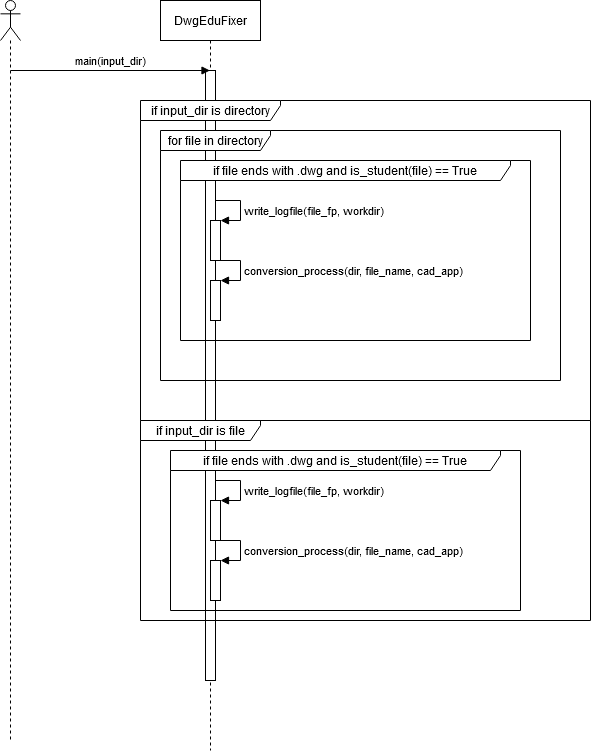
The draw.io diagram python_source/DwgEduFixer/doc/user_dwgedufix_sequence.png in JKCHacking/PTCC_SCRIPTS, before a commit. Source tidied: cells renumbered, new cells last; positions are measured from the earlier drawing's top-left corner, leaving out a move shared by most shapes. Source of this version:
```xml
<mxGraphModel background="#ffffff">
  <root>
    <mxCell id="0" />
    <mxCell id="1" parent="0" />
    <mxCell id="2" style="shape=umlLifeline;participant=umlActor;perimeter=lifelinePerimeter;whiteSpace=wrap;html=1;verticalAlign=top;spacingTop=36;labelBackgroundColor=#ffffff;" parent="1" vertex="1">
      <mxGeometry width="20" height="740" as="geometry" />
    </mxCell>
    <mxCell id="3" value="&lt;div&gt;DwgEduFixer&lt;/div&gt;" style="shape=umlLifeline;perimeter=lifelinePerimeter;whiteSpace=wrap;html=1;outlineConnect=0;" parent="1" vertex="1">
      <mxGeometry x="160" width="100" height="750" as="geometry" />
    </mxCell>
    <mxCell id="4" style="html=1;perimeter=orthogonalPerimeter;" parent="3" vertex="1">
      <mxGeometry x="45" y="70" width="10" height="610" as="geometry" />
    </mxCell>
    <mxCell id="5" value="main(input_dir)" style="html=1;verticalAlign=bottom;endArrow=block;" parent="1" edge="1" target="3">
      <mxGeometry relative="1" as="geometry">
        <mxPoint x="10" y="70" as="sourcePoint" />
      </mxGeometry>
    </mxCell>
    <mxCell id="6" value="if input_dir is directory" style="shape=umlFrame;whiteSpace=wrap;html=1;width=140;height=20;" parent="1" vertex="1">
      <mxGeometry x="140" y="100" width="450" height="320" as="geometry" />
    </mxCell>
    <mxCell id="7" value="for file in directory" style="shape=umlFrame;whiteSpace=wrap;html=1;width=110;height=20;" parent="1" vertex="1">
      <mxGeometry x="160" y="130" width="400" height="250" as="geometry" />
    </mxCell>
    <mxCell id="8" value="if input_dir is file" style="shape=umlFrame;whiteSpace=wrap;html=1;width=120;height=20;" parent="1" vertex="1">
      <mxGeometry x="140" y="420" width="450" height="200" as="geometry" />
    </mxCell>
    <mxCell id="9" value="if file ends with .dwg and is_student(file) == True" style="shape=umlFrame;whiteSpace=wrap;html=1;width=330;height=20;" parent="1" vertex="1">
      <mxGeometry x="180" y="160" width="350" height="180" as="geometry" />
    </mxCell>
    <mxCell id="10" style="html=1;points=[];perimeter=orthogonalPerimeter;" parent="1" vertex="1">
      <mxGeometry x="210" y="220" width="10" height="40" as="geometry" />
    </mxCell>
    <mxCell id="11" value="write_logfile(file_fp, workdir)" style="edgeStyle=orthogonalEdgeStyle;html=1;align=left;spacingLeft=2;endArrow=block;rounded=0;entryX=1;entryY=0;" parent="1" edge="1" target="10">
      <mxGeometry x="0.08" relative="1" as="geometry">
        <mxPoint x="215" y="200" as="sourcePoint" />
        <Array as="points">
          <mxPoint x="240" y="200" />
        </Array>
      </mxGeometry>
    </mxCell>
    <mxCell id="12" style="html=1;points=[];perimeter=orthogonalPerimeter;" parent="1" vertex="1">
      <mxGeometry x="210" y="280" width="10" height="40" as="geometry" />
    </mxCell>
    <mxCell id="13" value="conversion_process(dir, file_name, cad_app)" style="edgeStyle=orthogonalEdgeStyle;html=1;align=left;spacingLeft=2;endArrow=block;rounded=0;entryX=1;entryY=0;" parent="1" edge="1" target="12">
      <mxGeometry x="0.08" relative="1" as="geometry">
        <mxPoint x="215" y="260" as="sourcePoint" />
        <Array as="points">
          <mxPoint x="240" y="260" />
        </Array>
      </mxGeometry>
    </mxCell>
    <mxCell id="14" value="if file ends with .dwg and is_student(file) == True" style="shape=umlFrame;whiteSpace=wrap;html=1;width=330;height=20;" parent="1" vertex="1">
      <mxGeometry x="170" y="450" width="350" height="160" as="geometry" />
    </mxCell>
    <mxCell id="15" style="html=1;points=[];perimeter=orthogonalPerimeter;" parent="1" vertex="1">
      <mxGeometry x="210" y="500" width="10" height="40" as="geometry" />
    </mxCell>
    <mxCell id="16" value="write_logfile(file_fp, workdir)" style="edgeStyle=orthogonalEdgeStyle;html=1;align=left;spacingLeft=2;endArrow=block;rounded=0;entryX=1;entryY=0;" parent="1" edge="1" target="15">
      <mxGeometry x="0.08" relative="1" as="geometry">
        <mxPoint x="215" y="480" as="sourcePoint" />
        <Array as="points">
          <mxPoint x="240" y="480" />
        </Array>
      </mxGeometry>
    </mxCell>
    <mxCell id="17" style="html=1;points=[];perimeter=orthogonalPerimeter;" parent="1" vertex="1">
      <mxGeometry x="210" y="560" width="10" height="40" as="geometry" />
    </mxCell>
    <mxCell id="18" value="conversion_process(dir, file_name, cad_app)" style="edgeStyle=orthogonalEdgeStyle;html=1;align=left;spacingLeft=2;endArrow=block;rounded=0;entryX=1;entryY=0;" parent="1" edge="1" target="17">
      <mxGeometry x="0.08" relative="1" as="geometry">
        <mxPoint x="215" y="540" as="sourcePoint" />
        <Array as="points">
          <mxPoint x="240" y="540" />
        </Array>
      </mxGeometry>
    </mxCell>
  </root>
</mxGraphModel>
```
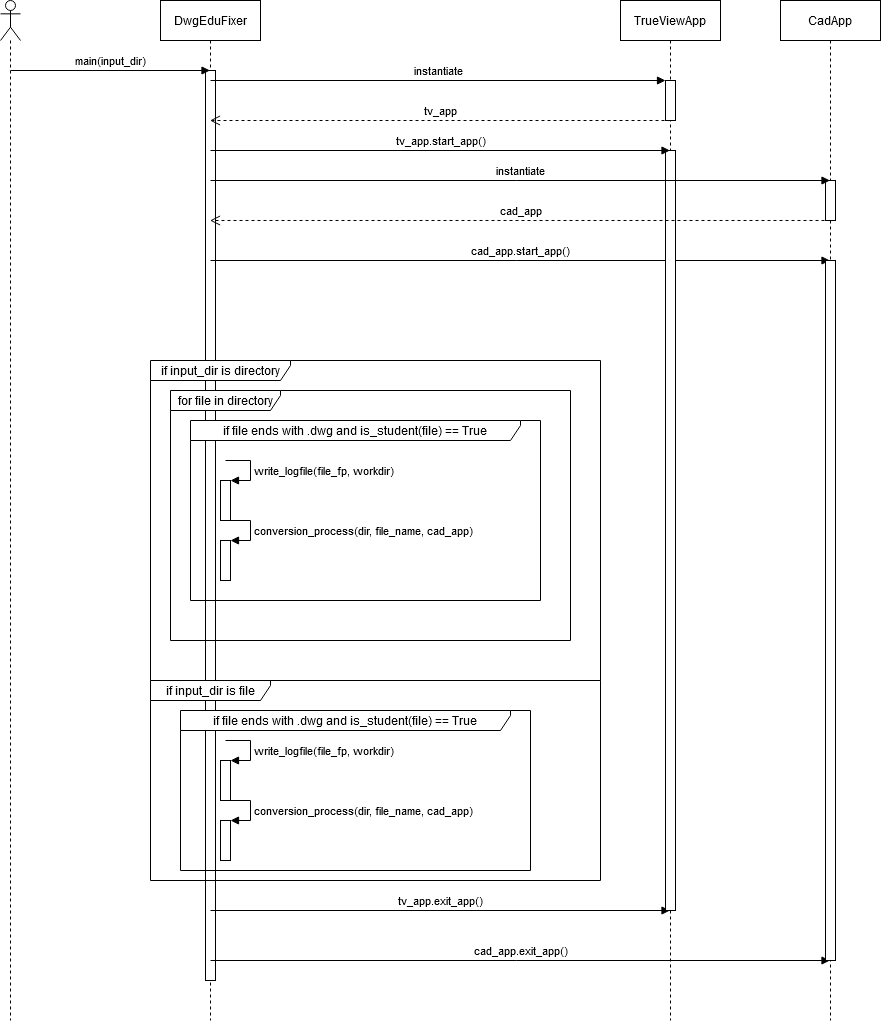
Above is the later version.

Change to the diagram source:
```diff
@@ -3,17 +3,32 @@
     <mxCell id="0" />
     <mxCell id="1" parent="0" />
     <mxCell id="2" style="shape=umlLifeline;participant=umlActor;perimeter=lifelinePerimeter;whiteSpace=wrap;html=1;verticalAlign=top;spacingTop=36;labelBackgroundColor=#ffffff;" parent="1" vertex="1">
-      <mxGeometry width="20" height="740" as="geometry" />
+      <mxGeometry x="-10" y="-260" width="20" height="1020" as="geometry" />
     </mxCell>
     <mxCell id="3" value="&lt;div&gt;DwgEduFixer&lt;/div&gt;" style="shape=umlLifeline;perimeter=lifelinePerimeter;whiteSpace=wrap;html=1;outlineConnect=0;" parent="1" vertex="1">
-      <mxGeometry x="160" width="100" height="750" as="geometry" />
+      <mxGeometry x="150" y="-260" width="100" height="1020" as="geometry" />
     </mxCell>
     <mxCell id="4" style="html=1;perimeter=orthogonalPerimeter;" parent="3" vertex="1">
-      <mxGeometry x="45" y="70" width="10" height="610" as="geometry" />
+      <mxGeometry x="45" y="70" width="10" height="910" as="geometry" />
     </mxCell>
+    <mxCell id="19" value="cad_app.start_app()" style="html=1;verticalAlign=bottom;endArrow=block;" parent="3" edge="1" target="25">
+      <mxGeometry relative="1" as="geometry">
+        <mxPoint x="50" y="260" as="sourcePoint" />
+      </mxGeometry>
+    </mxCell>
+    <mxCell id="20" value="tv_app.exit_app()" style="html=1;verticalAlign=bottom;endArrow=block;" parent="3" edge="1" target="22">
+      <mxGeometry relative="1" as="geometry">
+        <mxPoint x="50" y="910" as="sourcePoint" />
+      </mxGeometry>
+    </mxCell>
+    <mxCell id="21" value="cad_app.exit_app()" style="html=1;verticalAlign=bottom;endArrow=block;" parent="3" edge="1" target="25">
+      <mxGeometry relative="1" as="geometry">
+        <mxPoint x="50" y="960" as="sourcePoint" />
+      </mxGeometry>
+    </mxCell>
     <mxCell id="5" value="main(input_dir)" style="html=1;verticalAlign=bottom;endArrow=block;" parent="1" edge="1" target="3">
       <mxGeometry relative="1" as="geometry">
-        <mxPoint x="10" y="70" as="sourcePoint" />
+        <mxPoint y="-190" as="sourcePoint" />
       </mxGeometry>
     </mxCell>
     <mxCell id="6" value="if input_dir is directory" style="shape=umlFrame;whiteSpace=wrap;html=1;width=140;height=20;" parent="1" vertex="1">
@@ -75,5 +90,48 @@
         </Array>
       </mxGeometry>
     </mxCell>
+    <mxCell id="22" value="&lt;div&gt;TrueViewApp&lt;/div&gt;" style="shape=umlLifeline;perimeter=lifelinePerimeter;whiteSpace=wrap;html=1;outlineConnect=0;" parent="1" vertex="1">
+      <mxGeometry x="610" y="-260" width="100" height="1020" as="geometry" />
+    </mxCell>
+    <mxCell id="23" style="html=1;points=[];perimeter=orthogonalPerimeter;" parent="22" vertex="1">
+      <mxGeometry x="45" y="80" width="10" height="40" as="geometry" />
+    </mxCell>
+    <mxCell id="24" style="html=1;perimeter=orthogonalPerimeter;" parent="22" vertex="1">
+      <mxGeometry x="45" y="150" width="10" height="760" as="geometry" />
+    </mxCell>
+    <mxCell id="25" value="CadApp" style="shape=umlLifeline;perimeter=lifelinePerimeter;whiteSpace=wrap;html=1;outlineConnect=0;" parent="1" vertex="1">
+      <mxGeometry x="770" y="-260" width="100" height="1020" as="geometry" />
+    </mxCell>
+    <mxCell id="26" style="html=1;perimeter=orthogonalPerimeter;" parent="25" vertex="1">
+      <mxGeometry x="45" y="180" width="10" height="40" as="geometry" />
+    </mxCell>
+    <mxCell id="27" style="html=1;perimeter=orthogonalPerimeter;" parent="25" vertex="1">
+      <mxGeometry x="45" y="260" width="10" height="700" as="geometry" />
+    </mxCell>
+    <mxCell id="28" value="tv_app" style="html=1;verticalAlign=bottom;endArrow=open;dashed=1;endSize=8;" parent="1" edge="1" target="3">
+      <mxGeometry relative="1" as="geometry">
+        <mxPoint x="660" y="-140" as="sourcePoint" />
+      </mxGeometry>
+    </mxCell>
+    <mxCell id="29" value="instantiate" style="html=1;verticalAlign=bottom;endArrow=block;" parent="1" edge="1" target="23">
+      <mxGeometry relative="1" as="geometry">
+        <mxPoint x="200" y="-180" as="sourcePoint" />
+      </mxGeometry>
+    </mxCell>
+    <mxCell id="30" value="tv_app.start_app()" style="html=1;verticalAlign=bottom;endArrow=block;" parent="1" edge="1" target="22">
+      <mxGeometry relative="1" as="geometry">
+        <mxPoint x="200" y="-110" as="sourcePoint" />
+      </mxGeometry>
+    </mxCell>
+    <mxCell id="31" value="instantiate" style="html=1;verticalAlign=bottom;endArrow=block;" parent="1" edge="1" target="25">
+      <mxGeometry relative="1" as="geometry">
+        <mxPoint x="200" y="-80" as="sourcePoint" />
+      </mxGeometry>
+    </mxCell>
+    <mxCell id="32" value="cad_app" style="html=1;verticalAlign=bottom;endArrow=open;dashed=1;endSize=8;" parent="1" edge="1" target="3">
+      <mxGeometry relative="1" as="geometry">
+        <mxPoint x="820" y="-40" as="sourcePoint" />
+      </mxGeometry>
+    </mxCell>
   </root>
 </mxGraphModel>
```
